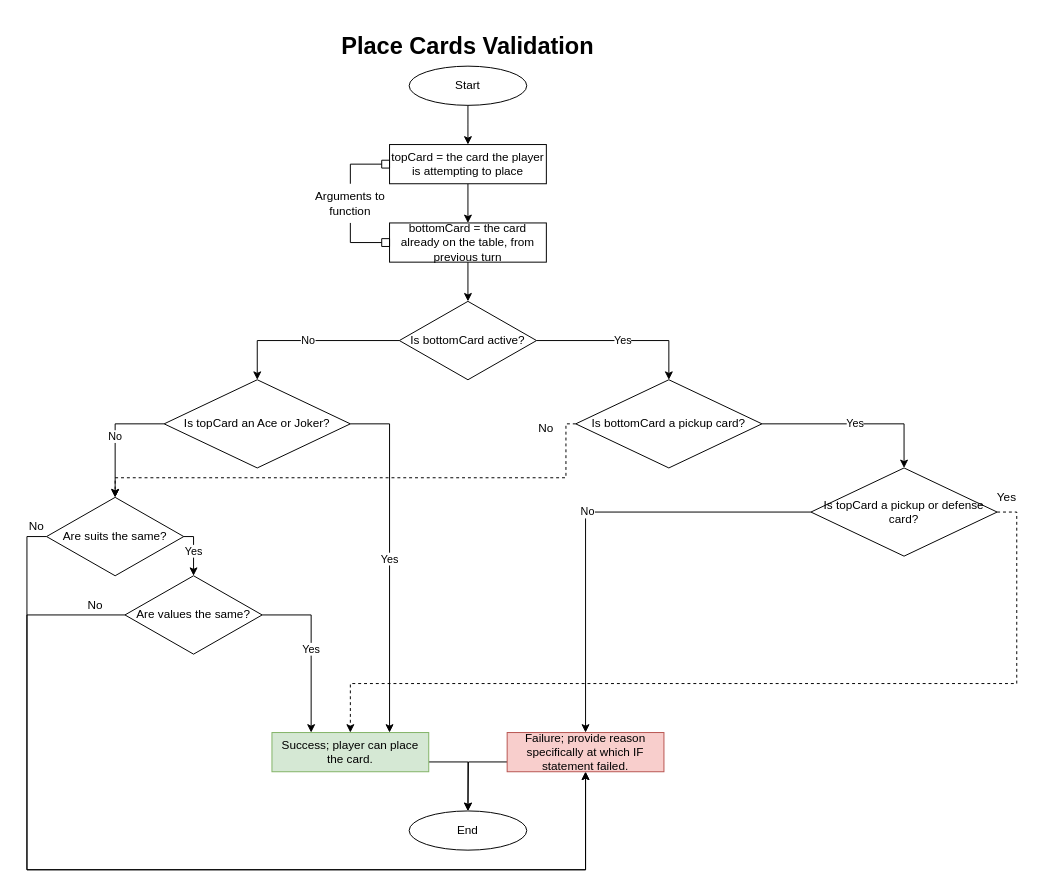
This is page "Page-1" (1 of 2) of AlgorithmPlaceCards.drawio from CheAle14/NEA-Macau, a draw.io file, before an edit. Source tidied: cells renumbered, new cells numbered last; positions are measured from the earlier drawing's top-left corner, leaving out a move shared by most shapes. Both pictures are drawn from the tidied source at 98%, with x=0, y=0 at pixel (17, 26).
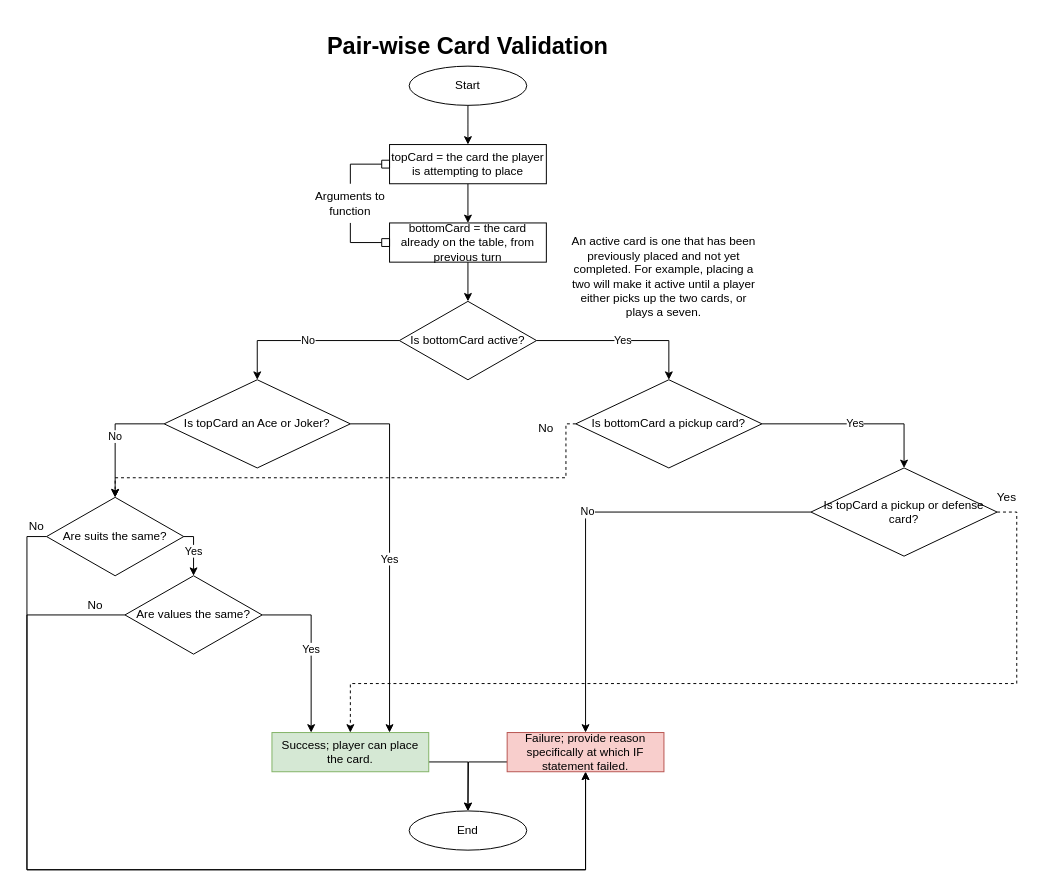
The same diagram, later.

Commit message (it also covers changes not shown here):
Pseudocode for card placement

Diff of the diagram source:
```diff
@@
-    <mxCell id="4" value="&lt;h1&gt;Place Cards Validation&lt;/h1&gt;" style="text;html=1;strokeColor=none;fillColor=none;spacing=5;spacingTop=-20;whiteSpace=wrap;overflow=hidden;rounded=0;align=center;" parent="1" vertex="1">
-      <mxGeometry x="320" width="280" height="40" as="geometry" />
+    <mxCell id="4" value="&lt;h1&gt;Pair-wise Card Validation&lt;/h1&gt;" style="text;html=1;strokeColor=none;fillColor=none;spacing=5;spacingTop=-20;whiteSpace=wrap;overflow=hidden;rounded=0;align=center;" parent="1" vertex="1">
+      <mxGeometry x="300" width="320" height="40" as="geometry" />
     </mxCell>
@@
+    <mxCell id="39" value="An active card is one that has been previously placed and not yet completed. For example, placing a two will make it active until a player either picks up the two cards, or plays a seven." style="text;html=1;strokeColor=none;fillColor=none;align=center;verticalAlign=middle;whiteSpace=wrap;rounded=0;" parent="1" vertex="1">
+      <mxGeometry x="560" y="210" width="200" height="90" as="geometry" />
+    </mxCell>
```
